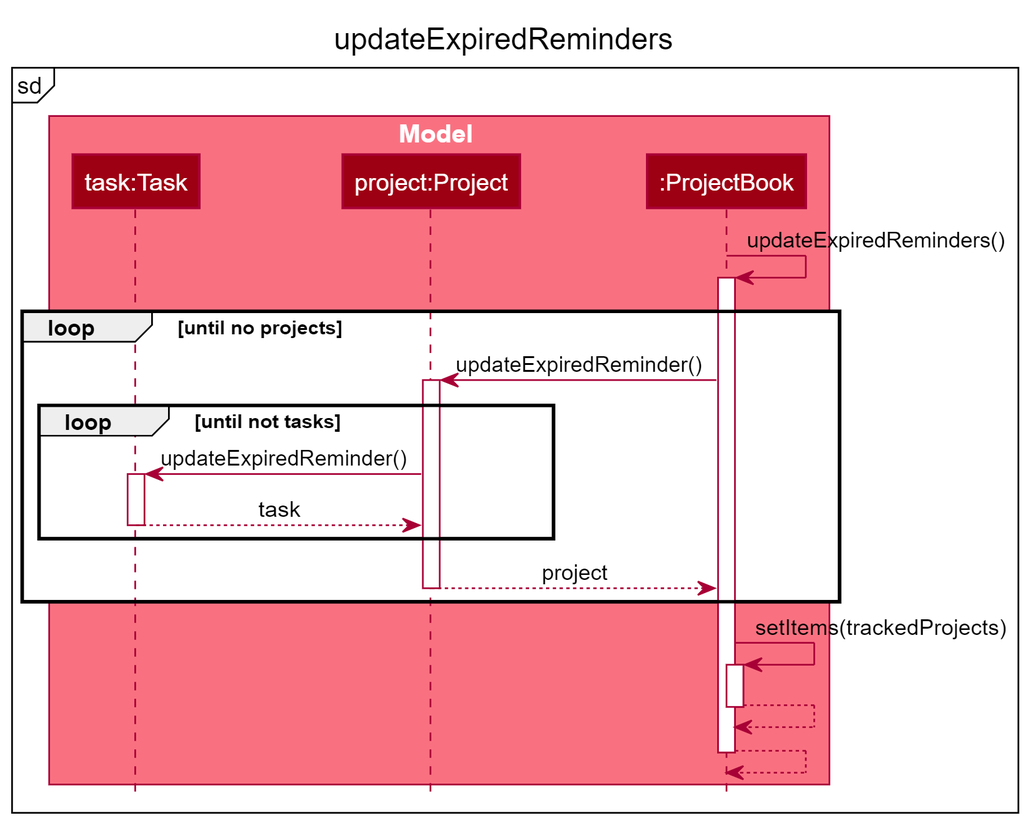
Before: docs/images/ScheduleReminderSequenceDiagramUpdateExpiredReminders.png, a diagram exported from PlantUML (pr4aveen/tp). Its source is kept beside it as docs/diagrams/ScheduleReminderSequenceDiagramUpdateExpiredReminders.puml. Its diagram source:
```plantuml
@startuml
!include detailed_style.puml
autoactivate on

box Model MODEL_COLOR_T1
participant "task:Task" as Task MODEL_COLOR
participant "project:Project" as Project MODEL_COLOR
participant ":ProjectBook" as ProjectBook MODEL_COLOR
end box

mainframe sd
title updateExpiredReminders
ProjectBook -> ProjectBook : updateExpiredReminders()

group loop [until no projects]
    ProjectBook -> Project : updateExpiredReminder()

group loop [until not tasks]
Project -> Task : updateExpiredReminder()
return task
end
return project
end

ProjectBook -> ProjectBook : setItems(trackedProjects)
return
return

@enduml
```
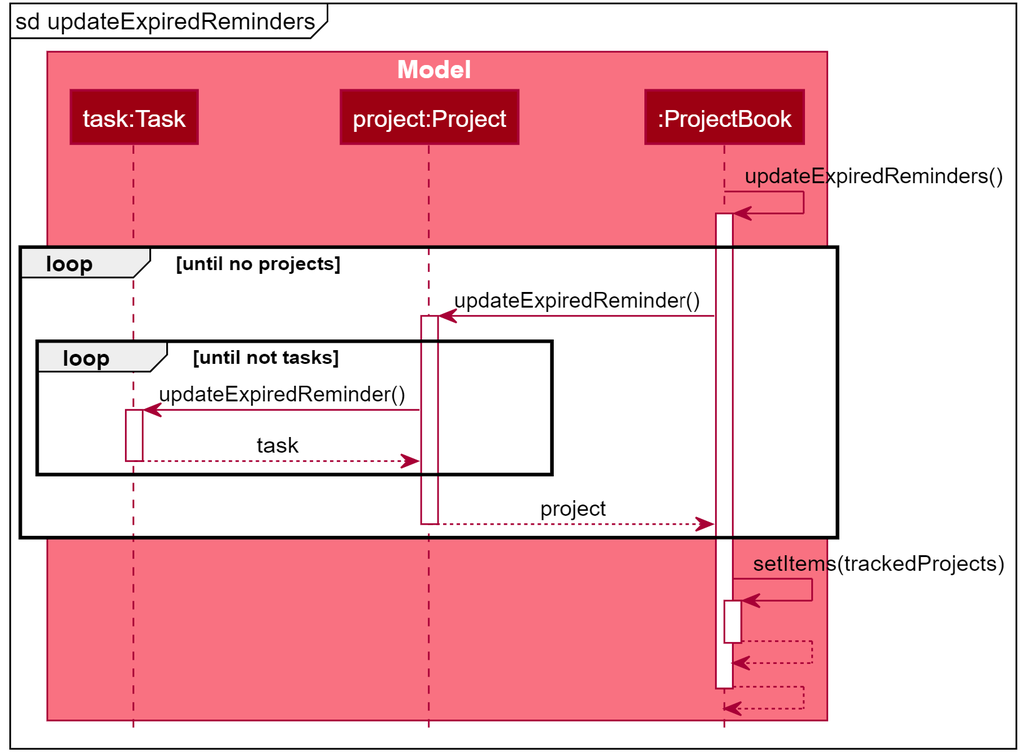
After the change.

Diff of the diagram source:
```diff
@@ -8,8 +8,7 @@
 participant ":ProjectBook" as ProjectBook MODEL_COLOR
 end box
 
-mainframe sd
-title updateExpiredReminders
+mainframe sd updateExpiredReminders
 ProjectBook -> ProjectBook : updateExpiredReminders()
 
 group loop [until no projects]
```
